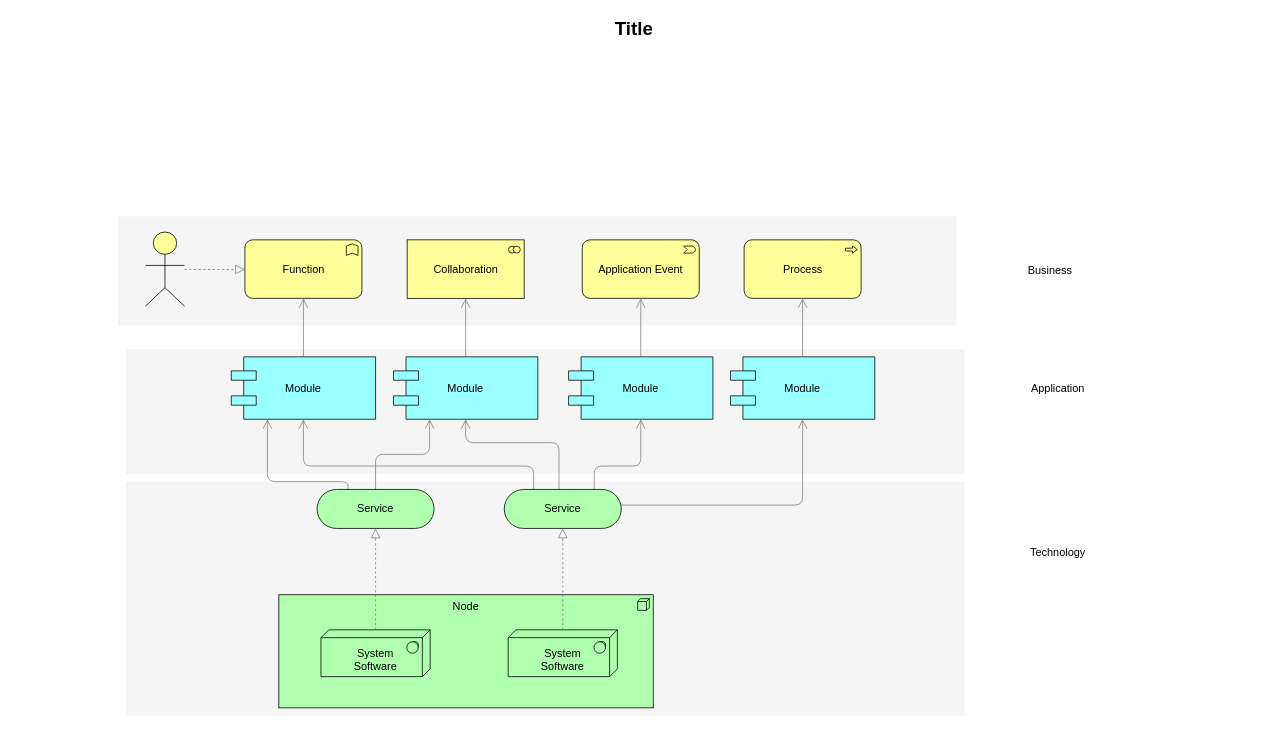
The draw.io diagram Diagramme sans nom.drawio in amahmoudi/Smq2023, before the edit. Source tidied: cells renumbered, new cells numbered last; positions are measured from the earlier drawing's top-left corner, leaving out a move shared by most shapes. Both pictures are drawn from the tidied source at 78%, with x=0, y=0 at pixel (13, 13).
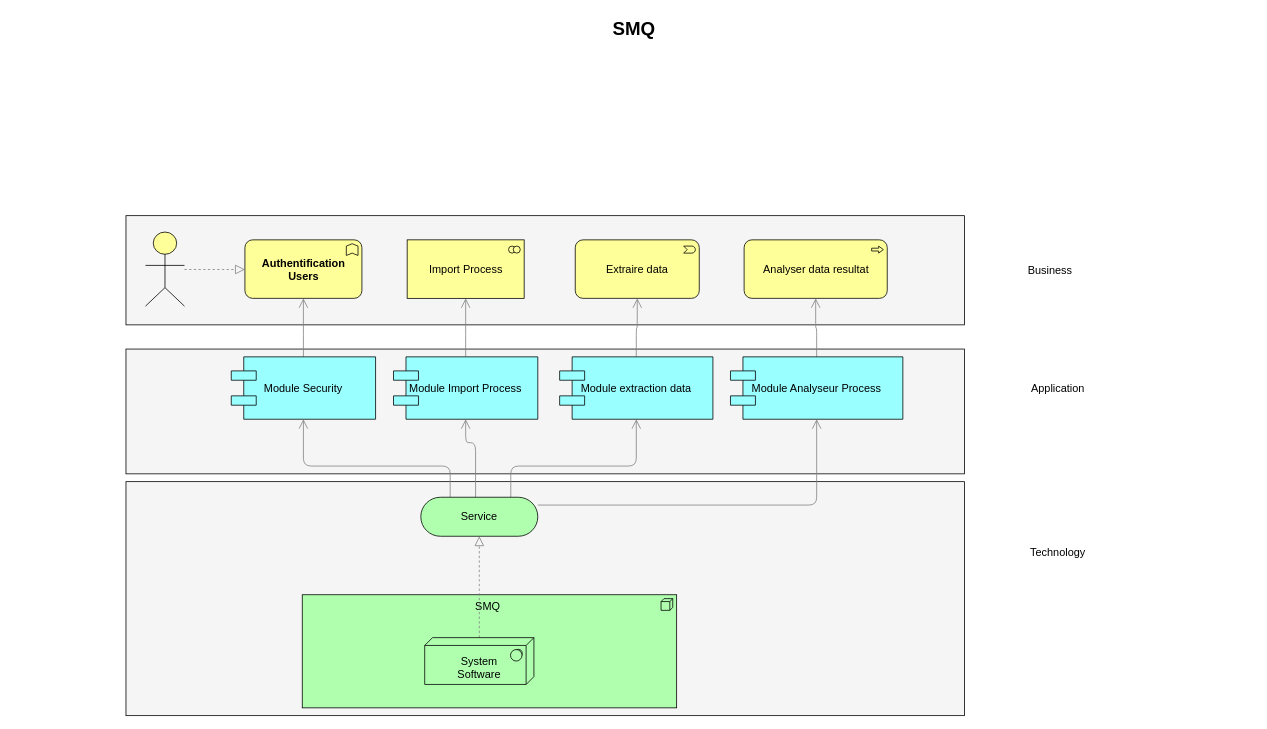
After the change.

Commit message:
Mettre à jour Diagramme sans nom.drawio

Change to the diagram source:
```diff
@@
-    <mxCell id="2" style="whiteSpace=wrap;html=1;strokeColor=none;strokeWidth=1;fillColor=#f5f5f5;fontSize=14;" parent="1" vertex="1">
+    <mxCell id="2" style="whiteSpace=wrap;html=1;strokeColor=default;strokeWidth=1;fillColor=#f5f5f5;fontSize=14;" parent="1" vertex="1">
       <mxGeometry x="144" y="600" width="1075" height="300" as="geometry" />
     </mxCell>
-    <mxCell id="3" style="whiteSpace=wrap;html=1;strokeColor=none;strokeWidth=1;fillColor=#f5f5f5;fontSize=14;" parent="1" vertex="1">
+    <mxCell id="3" style="whiteSpace=wrap;html=1;strokeColor=default;strokeWidth=1;fillColor=#f5f5f5;fontSize=14;" parent="1" vertex="1">
       <mxGeometry x="144" y="430" width="1075" height="160" as="geometry" />
     </mxCell>
-    <mxCell id="4" style="whiteSpace=wrap;html=1;strokeColor=none;strokeWidth=1;fillColor=#f5f5f5;fontSize=14;" parent="1" vertex="1">
-      <mxGeometry x="134" y="260" width="1075" height="140" as="geometry" />
+    <mxCell id="4" style="whiteSpace=wrap;html=1;strokeColor=default;strokeWidth=1;fillColor=#f5f5f5;fontSize=14;" parent="1" vertex="1">
+      <mxGeometry x="144" y="259" width="1075" height="140" as="geometry" />
     </mxCell>
-    <mxCell id="5" value="Node" style="html=1;whiteSpace=wrap;fillColor=#AFFFAF;shape=mxgraph.archimate3.application;appType=node;archiType=square;fontSize=14;verticalAlign=top;" parent="1" vertex="1">
-      <mxGeometry x="340" y="745" width="480" height="145" as="geometry" />
+    <mxCell id="5" value="SMQ&amp;nbsp;" style="html=1;whiteSpace=wrap;fillColor=#AFFFAF;shape=mxgraph.archimate3.application;appType=node;archiType=square;fontSize=14;verticalAlign=top;" parent="1" vertex="1">
+      <mxGeometry x="370" y="745" width="480" height="145" as="geometry" />
     </mxCell>
-    <mxCell id="6" style="edgeStyle=elbowEdgeStyle;rounded=1;elbow=vertical;html=1;startSize=10;endArrow=block;endFill=0;endSize=10;jettySize=auto;strokeColor=#808080;fontSize=14;dashed=1;" parent="1" edge="1" source="7" target="12">
-      <mxGeometry relative="1" as="geometry" />
-    </mxCell>
-    <mxCell id="7" value="&lt;div&gt;&lt;br&gt;&lt;/div&gt;System&lt;div&gt;Software&lt;/div&gt;" style="html=1;whiteSpace=wrap;fillColor=#AFFFAF;shape=mxgraph.archimate3.tech;techType=sysSw;fontSize=14;" parent="1" vertex="1">
-      <mxGeometry x="394" y="790" width="140" height="60" as="geometry" />
-    </mxCell>
@@
     <mxCell id="9" value="&lt;div&gt;&lt;br&gt;&lt;/div&gt;&lt;div&gt;&lt;span&gt;System&lt;/span&gt;&lt;div&gt;Software&lt;/div&gt;&lt;/div&gt;" style="html=1;whiteSpace=wrap;fillColor=#AFFFAF;shape=mxgraph.archimate3.tech;techType=sysSw;fontSize=14;" parent="1" vertex="1">
-      <mxGeometry x="634" y="790" width="140" height="60" as="geometry" />
+      <mxGeometry x="527" y="800" width="140" height="60" as="geometry" />
     </mxCell>
-    <mxCell id="10" style="edgeStyle=elbowEdgeStyle;rounded=1;elbow=vertical;html=1;startSize=10;endArrow=open;endFill=0;endSize=10;jettySize=auto;strokeColor=#808080;fontSize=14;entryX=0.25;entryY=1;" parent="1" edge="1" source="12" target="21">
-      <mxGeometry relative="1" as="geometry" />
-    </mxCell>
-    <mxCell id="11" style="edgeStyle=elbowEdgeStyle;rounded=1;elbow=vertical;html=1;startSize=10;endArrow=open;endFill=0;endSize=10;jettySize=auto;strokeColor=#808080;fontSize=14;entryX=0.25;entryY=1;exitX=0.265;exitY=0.007;exitPerimeter=0;" parent="1" edge="1" source="12" target="19">
-      <mxGeometry relative="1" as="geometry">
-        <Array as="points">
-          <mxPoint x="372" y="600" />
-        </Array>
-      </mxGeometry>
-    </mxCell>
-    <mxCell id="12" value="Service" style="html=1;whiteSpace=wrap;fillColor=#AFFFAF;shape=mxgraph.archimate3.service;fontSize=14;" parent="1" vertex="1">
-      <mxGeometry x="389" y="610" width="150" height="50" as="geometry" />
-    </mxCell>
@@
     <mxCell id="17" value="Service" style="html=1;whiteSpace=wrap;fillColor=#AFFFAF;shape=mxgraph.archimate3.service;fontSize=14;" parent="1" vertex="1">
-      <mxGeometry x="629" y="610" width="150" height="50" as="geometry" />
+      <mxGeometry x="522" y="620" width="150" height="50" as="geometry" />
     </mxCell>
@@
-    <mxCell id="19" value="Module" style="shape=component;align=center;fillColor=#99ffff;gradientColor=none;fontSize=14;" parent="1" vertex="1">
+    <mxCell id="19" value="Module Security" style="shape=component;align=center;fillColor=#99ffff;gradientColor=none;fontSize=14;" parent="1" vertex="1">
       <mxGeometry x="279" y="440" width="185" height="80" as="geometry" />
     </mxCell>
@@
-    <mxCell id="21" value="Module" style="shape=component;align=center;fillColor=#99ffff;gradientColor=none;fontSize=14;" parent="1" vertex="1">
+    <mxCell id="21" value="Module Import Process" style="shape=component;align=center;fillColor=#99ffff;gradientColor=none;fontSize=14;" parent="1" vertex="1">
       <mxGeometry x="487" y="440" width="185" height="80" as="geometry" />
     </mxCell>
@@
-    <mxCell id="23" value="Module" style="shape=component;align=center;fillColor=#99ffff;gradientColor=none;fontSize=14;" parent="1" vertex="1">
-      <mxGeometry x="711.5" y="440" width="185" height="80" as="geometry" />
+    <mxCell id="23" value="Module extraction data" style="shape=component;align=center;fillColor=#99ffff;gradientColor=none;fontSize=14;" parent="1" vertex="1">
+      <mxGeometry x="700" y="440" width="196.5" height="80" as="geometry" />
     </mxCell>
@@
-    <mxCell id="25" value="Module" style="shape=component;align=center;fillColor=#99ffff;gradientColor=none;fontSize=14;" parent="1" vertex="1">
-      <mxGeometry x="919" y="440" width="185" height="80" as="geometry" />
+    <mxCell id="25" value="Module Analyseur Process" style="shape=component;align=center;fillColor=#99ffff;gradientColor=none;fontSize=14;" parent="1" vertex="1">
+      <mxGeometry x="919" y="440" width="221" height="80" as="geometry" />
     </mxCell>
-    <mxCell id="26" value="Function" style="html=1;whiteSpace=wrap;fillColor=#ffff99;shape=mxgraph.archimate3.application;appType=func;archiType=rounded;fontSize=14;" parent="1" vertex="1">
+    <mxCell id="26" value="&lt;b&gt;Authentification Users&lt;/b&gt;" style="html=1;whiteSpace=wrap;fillColor=#ffff99;shape=mxgraph.archimate3.application;appType=func;archiType=rounded;fontSize=14;" parent="1" vertex="1">
       <mxGeometry x="296.5" y="290" width="150" height="75" as="geometry" />
     </mxCell>
-    <mxCell id="27" value="Collaboration" style="html=1;whiteSpace=wrap;fillColor=#ffff99;shape=mxgraph.archimate3.application;appType=collab;archiType=square;fontSize=14;" parent="1" vertex="1">
+    <mxCell id="27" value="Import Process" style="html=1;whiteSpace=wrap;fillColor=#ffff99;shape=mxgraph.archimate3.application;appType=collab;archiType=square;fontSize=14;" parent="1" vertex="1">
       <mxGeometry x="504.5" y="290" width="150" height="75" as="geometry" />
     </mxCell>
-    <mxCell id="28" value="Application Event" style="html=1;whiteSpace=wrap;fillColor=#ffff99;shape=mxgraph.archimate3.application;appType=event;archiType=rounded;fontSize=14;" parent="1" vertex="1">
-      <mxGeometry x="729" y="290" width="150" height="75" as="geometry" />
+    <mxCell id="28" value="Extraire data" style="html=1;whiteSpace=wrap;fillColor=#ffff99;shape=mxgraph.archimate3.application;appType=event;archiType=rounded;fontSize=14;" parent="1" vertex="1">
+      <mxGeometry x="720" y="290" width="159" height="75" as="geometry" />
     </mxCell>
-    <mxCell id="29" value="Process" style="html=1;whiteSpace=wrap;fillColor=#ffff99;shape=mxgraph.archimate3.application;appType=proc;archiType=rounded;fontSize=14;" parent="1" vertex="1">
-      <mxGeometry x="936.5" y="290" width="150" height="75" as="geometry" />
+    <mxCell id="29" value="Analyser data resultat" style="html=1;whiteSpace=wrap;fillColor=#ffff99;shape=mxgraph.archimate3.application;appType=proc;archiType=rounded;fontSize=14;" parent="1" vertex="1">
+      <mxGeometry x="936.5" y="290" width="183.5" height="75" as="geometry" />
     </mxCell>
@@
-    <mxCell id="35" value="Title" style="text;strokeColor=none;fillColor=none;html=1;fontSize=24;fontStyle=1;verticalAlign=middle;align=center;" parent="1" vertex="1">
+    <mxCell id="35" value="SMQ" style="text;strokeColor=none;fillColor=none;html=1;fontSize=24;fontStyle=1;verticalAlign=middle;align=center;" parent="1" vertex="1">
       <mxGeometry width="1590" height="40" as="geometry" />
     </mxCell>
```
